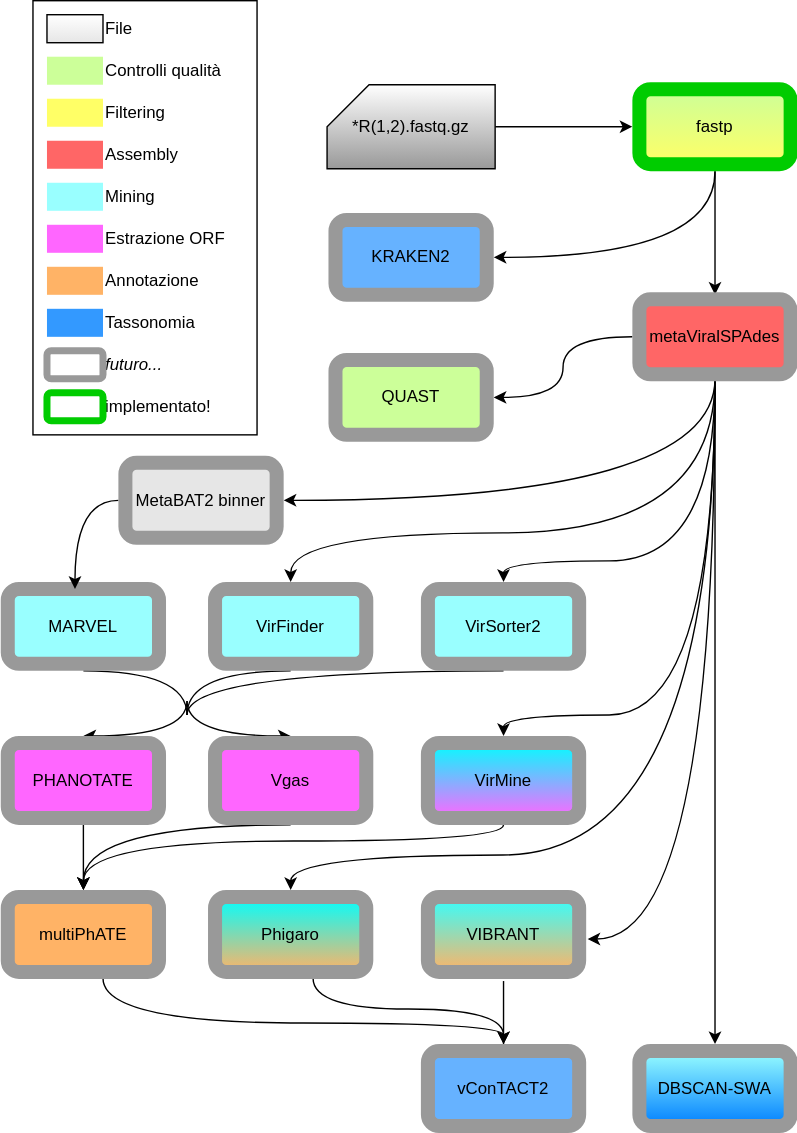
Earlier version of the draw.io export slides/pipeline_2020_11_15.drawio.svg (MattiaPandolfoVR/MetaPhage). Source tidied: cells renumbered, new cells last; positions are measured from the earlier drawing's top-left corner, leaving out a move shared by most shapes.
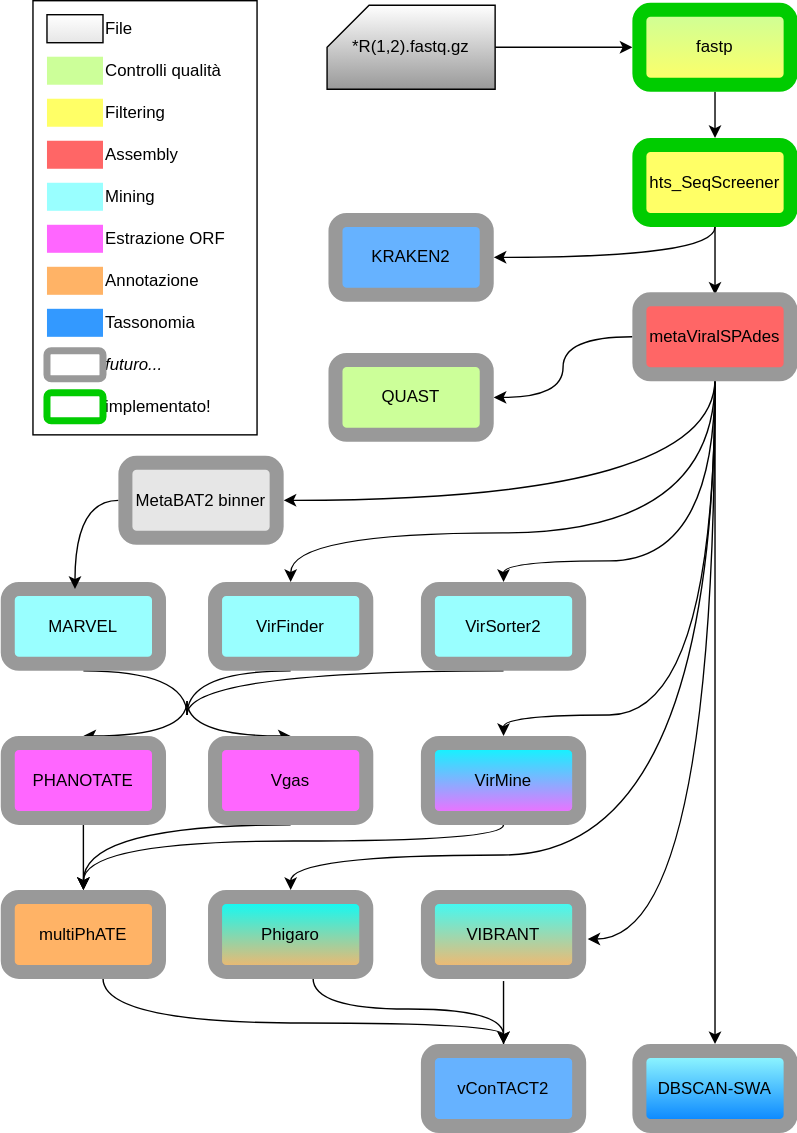
After the change.

Commit message:
diagram update with remove_phix process

What changed in the source:
```diff
@@ -10,11 +10,11 @@
         </Array>
       </mxGeometry>
     </mxCell>
-    <mxCell id="3" style="edgeStyle=orthogonalEdgeStyle;rounded=0;jettySize=auto;html=1;exitX=1;exitY=0.5;exitDx=0;exitDy=0;exitPerimeter=0;entryX=0;entryY=0.5;entryDx=0;entryDy=0;" parent="1" edge="1" source="4" target="56">
+    <mxCell id="3" style="edgeStyle=orthogonalEdgeStyle;rounded=0;jettySize=auto;html=1;exitX=1;exitY=0.5;exitDx=0;exitDy=0;exitPerimeter=0;entryX=0;entryY=0.5;entryDx=0;entryDy=0;" parent="1" edge="1" source="4" target="65">
       <mxGeometry relative="1" as="geometry" />
     </mxCell>
     <mxCell id="4" value="*R(1,2).fastq.gz" style="shape=card;whiteSpace=wrap;html=1;sketch=0;shadow=0;rounded=0;gradientColor=#999999;" parent="1" vertex="1">
-      <mxGeometry x="228" y="60" width="120" height="60" as="geometry" />
+      <mxGeometry x="228" y="3.2" width="120" height="60" as="geometry" />
     </mxCell>
     <mxCell id="5" style="edgeStyle=orthogonalEdgeStyle;curved=1;rounded=0;jettySize=auto;html=1;exitX=0.5;exitY=1;exitDx=0;exitDy=0;entryX=0.5;entryY=0;entryDx=0;entryDy=0;" parent="1" edge="1" target="27">
       <mxGeometry relative="1" as="geometry">
@@ -242,8 +242,8 @@
         </Array>
       </mxGeometry>
     </mxCell>
-    <mxCell id="56" value="fastp" style="rounded=1;whiteSpace=wrap;html=10;shadow=0;strokeWidth=10;perimeterSpacing=5;sketch=0;glass=0;strokeColor=#00CC00;fillColor=#CCFF99;gradientColor=#FFFF66;" parent="1" vertex="1">
-      <mxGeometry x="451" y="63.2" width="108" height="53.5" as="geometry" />
+    <mxCell id="56" value="hts_SeqScreener" style="rounded=1;whiteSpace=wrap;html=10;shadow=0;strokeWidth=10;perimeterSpacing=5;sketch=0;glass=0;strokeColor=#00CC00;fillColor=#FFFF66;" parent="1" vertex="1">
+      <mxGeometry x="451" y="103" width="108" height="53.5" as="geometry" />
     </mxCell>
     <mxCell id="57" style="edgeStyle=orthogonalEdgeStyle;curved=1;rounded=0;jettySize=auto;html=1;exitX=0.5;exitY=1;exitDx=0;exitDy=0;entryX=1;entryY=0.5;entryDx=0;entryDy=0;endArrow=classic;endFill=1;" parent="1" edge="1" source="59">
       <mxGeometry relative="1" as="geometry">
@@ -271,5 +271,11 @@
     <mxCell id="63" value="vConTACT2" style="rounded=1;whiteSpace=wrap;html=10;shadow=0;strokeWidth=10;perimeterSpacing=5;sketch=0;glass=0;fillColor=#66B2FF;strokeColor=#999999;" parent="1" vertex="1">
       <mxGeometry x="300" y="750" width="108" height="53.5" as="geometry" />
     </mxCell>
+    <mxCell id="64" style="edgeStyle=orthogonalEdgeStyle;rounded=0;jettySize=auto;html=1;exitX=0.5;exitY=1;exitDx=0;exitDy=0;entryX=0.5;entryY=0;entryDx=0;entryDy=0;" parent="1" edge="1" source="65" target="56">
+      <mxGeometry relative="1" as="geometry" />
+    </mxCell>
+    <mxCell id="65" value="fastp" style="rounded=1;whiteSpace=wrap;html=10;shadow=0;strokeWidth=10;perimeterSpacing=5;sketch=0;glass=0;strokeColor=#00CC00;fillColor=#CCFF99;gradientColor=#FFFF66;" parent="1" vertex="1">
+      <mxGeometry x="451" y="6.5" width="108" height="53.5" as="geometry" />
+    </mxCell>
   </root>
 </mxGraphModel>
```
